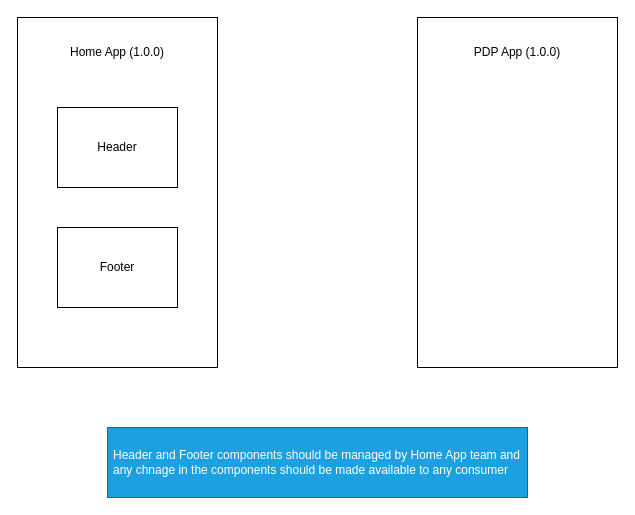
mkr22013/MICRO-FE-APP keeps this draw.io diagram as page "Requirements" (1 of 5) of architecture.dio. Above is the earlier version. Source tidied: cells renumbered, new cells numbered last; positions are measured from the earlier drawing's top-left corner, leaving out a move shared by most shapes. Both pictures are drawn from the tidied source at 100%, with x=0, y=0 at pixel (17, 17).
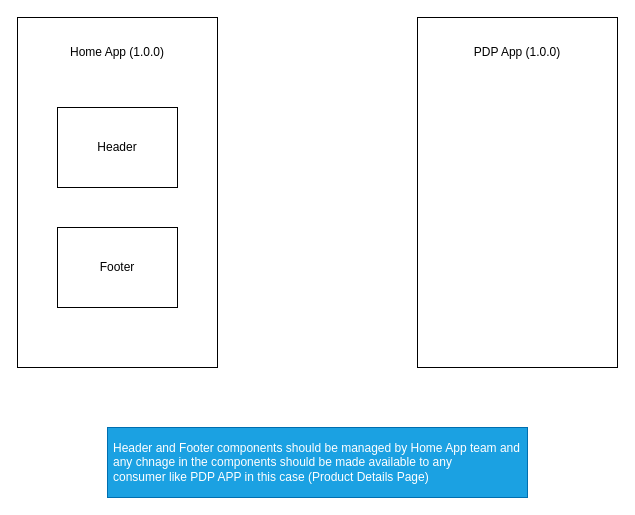
The same page after the edit.

Change to the diagram source:
```diff
@@
 <mxGraphModel>
   <root>
     <mxCell id="0" />
     <mxCell id="1" parent="0" />
     <mxCell id="2" style="rounded=0;whiteSpace=wrap;html=1;" parent="1" vertex="1">
       <mxGeometry width="200" height="350" as="geometry" />
     </mxCell>
     <mxCell id="3" style="rounded=0;whiteSpace=wrap;html=1;" parent="1" vertex="1">
       <mxGeometry x="400" width="200" height="350" as="geometry" />
     </mxCell>
     <mxCell id="4" value="Header" style="rounded=0;whiteSpace=wrap;html=1;" parent="1" vertex="1">
       <mxGeometry x="40" y="90" width="120" height="80" as="geometry" />
     </mxCell>
     <mxCell id="5" value="Footer" style="rounded=0;whiteSpace=wrap;html=1;" parent="1" vertex="1">
       <mxGeometry x="40" y="210" width="120" height="80" as="geometry" />
     </mxCell>
     <mxCell id="6" value="Home App (1.0.0)" style="text;html=1;strokeColor=none;fillColor=none;align=center;verticalAlign=middle;whiteSpace=wrap;rounded=0;" parent="1" vertex="1">
       <mxGeometry x="40" y="20" width="120" height="30" as="geometry" />
     </mxCell>
     <mxCell id="7" value="PDP App (1.0.0)" style="text;html=1;strokeColor=none;fillColor=none;align=center;verticalAlign=middle;whiteSpace=wrap;rounded=0;" parent="1" vertex="1">
       <mxGeometry x="440" y="20" width="120" height="30" as="geometry" />
     </mxCell>
-    <mxCell id="8" value="Header and Footer components should be managed by Home App team and any chnage in the components should be made available to any consumer&amp;nbsp;&amp;nbsp;" style="text;strokeColor=#006EAF;fillColor=#1ba1e2;align=left;verticalAlign=middle;spacingLeft=4;spacingRight=4;overflow=hidden;whiteSpace=wrap;html=1;fontColor=#ffffff;" parent="1" vertex="1">
+    <mxCell id="8" value="Header and Footer components should be managed by Home App team and any chnage in the components should be made available to any consumer&amp;nbsp;like PDP APP in this case (Product Details Page)" style="text;strokeColor=#006EAF;fillColor=#1ba1e2;align=left;verticalAlign=middle;spacingLeft=4;spacingRight=4;overflow=hidden;whiteSpace=wrap;html=1;fontColor=#ffffff;" parent="1" vertex="1">
       <mxGeometry x="90" y="410" width="420" height="70" as="geometry" />
     </mxCell>
   </root>
 </mxGraphModel>
```
